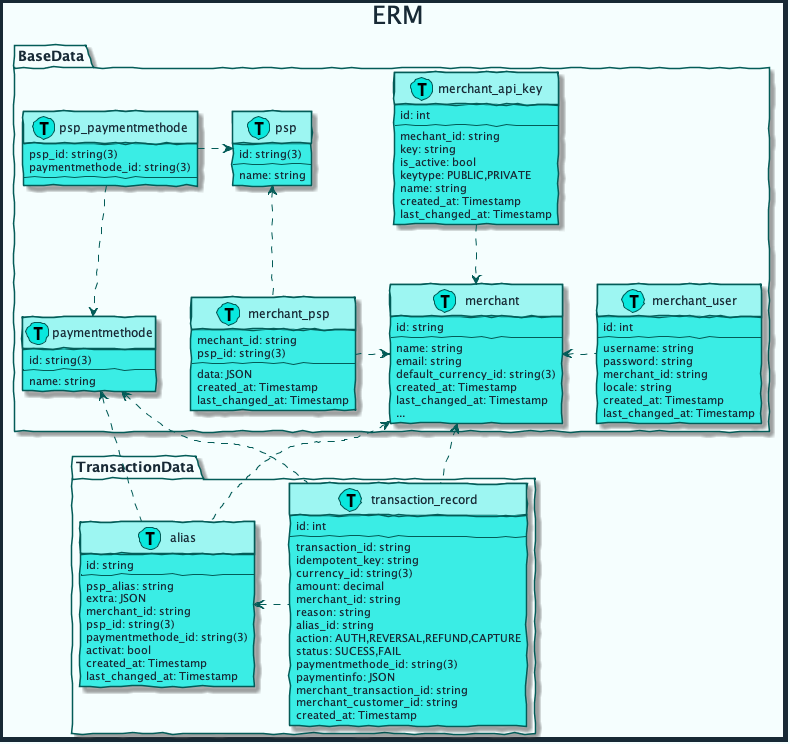
The PlantUML diagram diagrams/out/erm.png in mobilabsolutions/stash-sdk-wiki, before a commit.
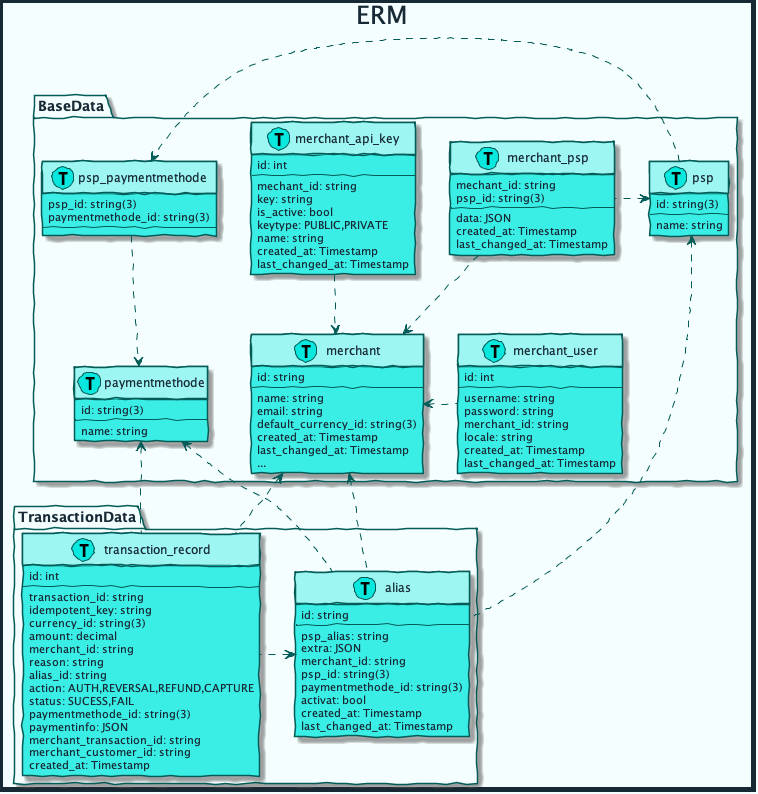
Above is the later version.

Change to the diagram source:
```diff
@@ -109,12 +109,12 @@
         last_changed_at: Timestamp
     }
 
-    merchant_psp .> merchant
-    psp <-. merchant_psp
+    merchant_psp .-> merchant
+    psp <. merchant_psp
     merchant_api_key .-> merchant
     merchant <. merchant_user
     psp_paymentmethode .-> paymentmethode
-    psp_paymentmethode .> psp
+    psp .> psp_paymentmethode
 }
 
 package TransactionData {
@@ -155,6 +155,7 @@
 
 paymentmethode <.- alias
 merchant <.- alias
+psp <.- alias
 paymentmethode <.- transaction_record
 merchant <.- transaction_record
 
```
